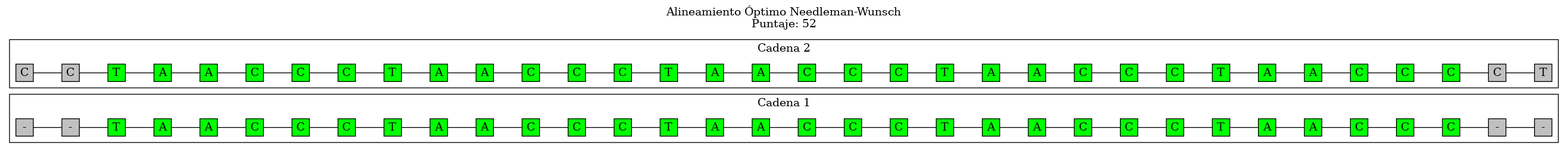
Earlier version of the Graphviz export alineamiento_resultado.png (Ciel-gtz/Proyecto_Algoritmos_2025). Its source is kept beside it as alineamiento_resultado.dot.
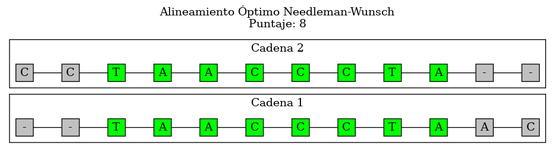
After the commit.

Change to the diagram source:
```diff
@@ -1,6 +1,6 @@
 digraph AlignmentResult {
   rankdir=LR; // Izquierda a Derecha
-  label = "Alineamiento Óptimo Needleman-Wunsch\nPuntaje: 52";
+  label = "Alineamiento Óptimo Needleman-Wunsch\nPuntaje: 8";
   labelloc = "t";
 
   subgraph cluster_C1 {
@@ -26,54 +26,10 @@
     C1_7 -> C1_8 [dir=none];
     C1_9 [label="A", fillcolor=green, group=g9];
     C1_8 -> C1_9 [dir=none];
-    C1_10 [label="A", fillcolor=green, group=g10];
+    C1_10 [label="A", fillcolor=gray, group=g10];
     C1_9 -> C1_10 [dir=none];
-    C1_11 [label="C", fillcolor=green, group=g11];
+    C1_11 [label="C", fillcolor=gray, group=g11];
     C1_10 -> C1_11 [dir=none];
-    C1_12 [label="C", fillcolor=green, group=g12];
-    C1_11 -> C1_12 [dir=none];
-    C1_13 [label="C", fillcolor=green, group=g13];
-    C1_12 -> C1_13 [dir=none];
-    C1_14 [label="T", fillcolor=green, group=g14];
-    C1_13 -> C1_14 [dir=none];
-    C1_15 [label="A", fillcolor=green, group=g15];
-    C1_14 -> C1_15 [dir=none];
-    C1_16 [label="A", fillcolor=green, group=g16];
-    C1_15 -> C1_16 [dir=none];
-    C1_17 [label="C", fillcolor=green, group=g17];
-    C1_16 -> C1_17 [dir=none];
-    C1_18 [label="C", fillcolor=green, group=g18];
-    C1_17 -> C1_18 [dir=none];
-    C1_19 [label="C", fillcolor=green, group=g19];
-    C1_18 -> C1_19 [dir=none];
-    C1_20 [label="T", fillcolor=green, group=g20];
-    C1_19 -> C1_20 [dir=none];
-    C1_21 [label="A", fillcolor=green, group=g21];
-    C1_20 -> C1_21 [dir=none];
-    C1_22 [label="A", fillcolor=green, group=g22];
-    C1_21 -> C1_22 [dir=none];
-    C1_23 [label="C", fillcolor=green, group=g23];
-    C1_22 -> C1_23 [dir=none];
-    C1_24 [label="C", fillcolor=green, group=g24];
-    C1_23 -> C1_24 [dir=none];
-    C1_25 [label="C", fillcolor=green, group=g25];
-    C1_24 -> C1_25 [dir=none];
-    C1_26 [label="T", fillcolor=green, group=g26];
-    C1_25 -> C1_26 [dir=none];
-    C1_27 [label="A", fillcolor=green, group=g27];
-    C1_26 -> C1_27 [dir=none];
-    C1_28 [label="A", fillcolor=green, group=g28];
-    C1_27 -> C1_28 [dir=none];
-    C1_29 [label="C", fillcolor=green, group=g29];
-    C1_28 -> C1_29 [dir=none];
-    C1_30 [label="C", fillcolor=green, group=g30];
-    C1_29 -> C1_30 [dir=none];
-    C1_31 [label="C", fillcolor=green, group=g31];
-    C1_30 -> C1_31 [dir=none];
-    C1_32 [label="-", fillcolor=gray, group=g32];
-    C1_31 -> C1_32 [dir=none];
-    C1_33 [label="-", fillcolor=gray, group=g33];
-    C1_32 -> C1_33 [dir=none];
   }
 
   subgraph cluster_C2 {
@@ -99,54 +55,10 @@
     C2_7 -> C2_8 [dir=none];
     C2_9 [label="A", fillcolor=green, group=g9];
     C2_8 -> C2_9 [dir=none];
-    C2_10 [label="A", fillcolor=green, group=g10];
+    C2_10 [label="-", fillcolor=gray, group=g10];
     C2_9 -> C2_10 [dir=none];
-    C2_11 [label="C", fillcolor=green, group=g11];
+    C2_11 [label="-", fillcolor=gray, group=g11];
     C2_10 -> C2_11 [dir=none];
-    C2_12 [label="C", fillcolor=green, group=g12];
-    C2_11 -> C2_12 [dir=none];
-    C2_13 [label="C", fillcolor=green, group=g13];
-    C2_12 -> C2_13 [dir=none];
-    C2_14 [label="T", fillcolor=green, group=g14];
-    C2_13 -> C2_14 [dir=none];
-    C2_15 [label="A", fillcolor=green, group=g15];
-    C2_14 -> C2_15 [dir=none];
-    C2_16 [label="A", fillcolor=green, group=g16];
-    C2_15 -> C2_16 [dir=none];
-    C2_17 [label="C", fillcolor=green, group=g17];
-    C2_16 -> C2_17 [dir=none];
-    C2_18 [label="C", fillcolor=green, group=g18];
-    C2_17 -> C2_18 [dir=none];
-    C2_19 [label="C", fillcolor=green, group=g19];
-    C2_18 -> C2_19 [dir=none];
-    C2_20 [label="T", fillcolor=green, group=g20];
-    C2_19 -> C2_20 [dir=none];
-    C2_21 [label="A", fillcolor=green, group=g21];
-    C2_20 -> C2_21 [dir=none];
-    C2_22 [label="A", fillcolor=green, group=g22];
-    C2_21 -> C2_22 [dir=none];
-    C2_23 [label="C", fillcolor=green, group=g23];
-    C2_22 -> C2_23 [dir=none];
-    C2_24 [label="C", fillcolor=green, group=g24];
-    C2_23 -> C2_24 [dir=none];
-    C2_25 [label="C", fillcolor=green, group=g25];
-    C2_24 -> C2_25 [dir=none];
-    C2_26 [label="T", fillcolor=green, group=g26];
-    C2_25 -> C2_26 [dir=none];
-    C2_27 [label="A", fillcolor=green, group=g27];
-    C2_26 -> C2_27 [dir=none];
-    C2_28 [label="A", fillcolor=green, group=g28];
-    C2_27 -> C2_28 [dir=none];
-    C2_29 [label="C", fillcolor=green, group=g29];
-    C2_28 -> C2_29 [dir=none];
-    C2_30 [label="C", fillcolor=green, group=g30];
-    C2_29 -> C2_30 [dir=none];
-    C2_31 [label="C", fillcolor=green, group=g31];
-    C2_30 -> C2_31 [dir=none];
-    C2_32 [label="C", fillcolor=gray, group=g32];
-    C2_31 -> C2_32 [dir=none];
-    C2_33 [label="T", fillcolor=gray, group=g33];
-    C2_32 -> C2_33 [dir=none];
   }
 
 }
```
